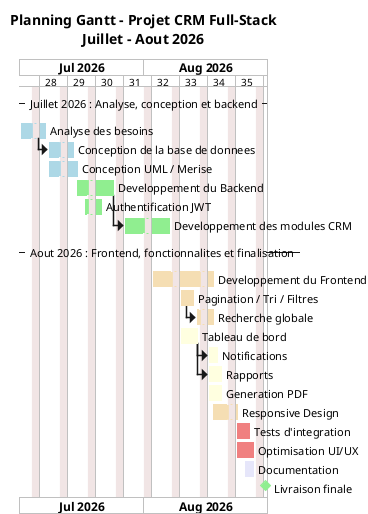
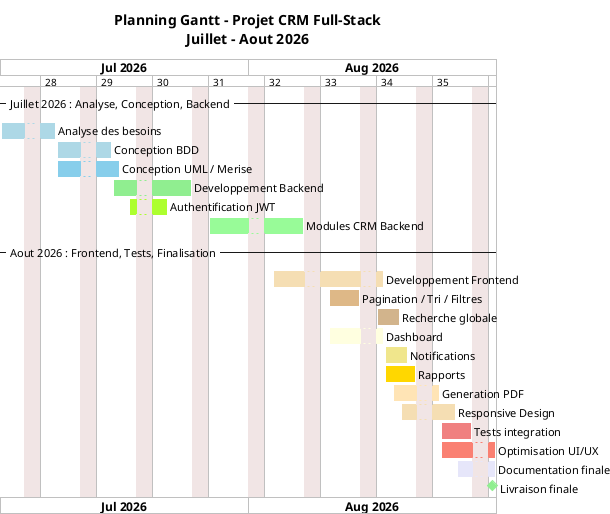
@startgantt
title Planning Gantt - Projet CRM Full-Stack\nJuillet - Aout 2026

Project starts 2026-07-01
saturday are closed
sunday are closed

- printscale weekly
+ printscale weekly zoom 2

- -- Juillet 2026 : Analyse, conception et backend --
+ -- Juillet 2026 : Analyse, Conception, Backend --
+ 
[Analyse des besoins] starts 2026-07-01
[Analyse des besoins] lasts 5 days
[Analyse des besoins] is colored in LightBlue

- [Conception de la base de donnees] starts at [Analyse des besoins]'s end
- [Conception de la base de donnees] lasts 5 days
- [Conception de la base de donnees] is colored in LightBlue
+ [Conception BDD] starts 2026-07-08
+ [Conception BDD] lasts 5 days
+ [Conception BDD] is colored in LightBlue

[Conception UML / Merise] starts 2026-07-08
[Conception UML / Merise] lasts 6 days
- [Conception UML / Merise] is colored in LightBlue
+ [Conception UML / Merise] is colored in SkyBlue

- [Developpement du Backend] starts 2026-07-15
- [Developpement du Backend] lasts 8 days
- [Developpement du Backend] is colored in LightGreen
+ [Developpement Backend] starts 2026-07-15
+ [Developpement Backend] lasts 8 days
+ [Developpement Backend] is colored in LightGreen

[Authentification JWT] starts 2026-07-17
[Authentification JWT] lasts 3 days
- [Authentification JWT] is colored in LightGreen
+ [Authentification JWT] is colored in GreenYellow

- [Developpement des modules CRM] starts at [Developpement du Backend]'s end
- [Developpement des modules CRM] lasts 10 days
- [Developpement des modules CRM] is colored in LightGreen
+ [Modules CRM Backend] starts 2026-07-25
+ [Modules CRM Backend] lasts 10 days
+ [Modules CRM Backend] is colored in PaleGreen

- -- Aout 2026 : Frontend, fonctionnalites et finalisation --
- [Developpement du Frontend] starts 2026-08-03
- [Developpement du Frontend] lasts 12 days
- [Developpement du Frontend] is colored in Wheat
+ -- Aout 2026 : Frontend, Tests, Finalisation --

- [Pagination / Tri / Filtres] starts 2026-08-10
+ [Developpement Frontend] starts 2026-08-04
+ [Developpement Frontend] lasts 10 days
+ [Developpement Frontend] is colored in Wheat
+ 
+ [Pagination / Tri / Filtres] starts 2026-08-11
[Pagination / Tri / Filtres] lasts 4 days
- [Pagination / Tri / Filtres] is colored in Wheat
+ [Pagination / Tri / Filtres] is colored in BurlyWood

- [Recherche globale] starts at [Pagination / Tri / Filtres]'s end
+ [Recherche globale] starts 2026-08-15
[Recherche globale] lasts 3 days
- [Recherche globale] is colored in Wheat
+ [Recherche globale] is colored in Tan

- [Tableau de bord] starts 2026-08-10
- [Tableau de bord] lasts 5 days
- [Tableau de bord] is colored in LightYellow
+ [Dashboard] starts 2026-08-11
+ [Dashboard] lasts 5 days
+ [Dashboard] is colored in LightYellow

- [Notifications] starts at [Tableau de bord]'s end
+ [Notifications] starts 2026-08-18
[Notifications] lasts 3 days
- [Notifications] is colored in LightYellow
+ [Notifications] is colored in Khaki

- [Rapports] starts at [Tableau de bord]'s end
+ [Rapports] starts 2026-08-18
[Rapports] lasts 4 days
- [Rapports] is colored in LightYellow
+ [Rapports] is colored in Gold

- [Generation PDF] starts 2026-08-17
+ [Generation PDF] starts 2026-08-19
[Generation PDF] lasts 4 days
- [Generation PDF] is colored in LightYellow
+ [Generation PDF] is colored in Moccasin

- [Responsive Design] starts 2026-08-18
+ [Responsive Design] starts 2026-08-20
[Responsive Design] lasts 5 days
[Responsive Design] is colored in Wheat

- [Tests d'integration] starts 2026-08-24
- [Tests d'integration] lasts 4 days
- [Tests d'integration] is colored in LightCoral
+ [Tests integration] starts 2026-08-25
+ [Tests integration] lasts 4 days
+ [Tests integration] is colored in LightCoral

- [Optimisation UI/UX] starts 2026-08-24
+ [Optimisation UI/UX] starts 2026-08-25
[Optimisation UI/UX] lasts 5 days
- [Optimisation UI/UX] is colored in LightCoral
+ [Optimisation UI/UX] is colored in Salmon

- [Documentation] starts 2026-08-26
- [Documentation] lasts 3 days
- [Documentation] is colored in Lavender
+ [Documentation finale] starts 2026-08-27
+ [Documentation finale] lasts 3 days
+ [Documentation finale] is colored in Lavender

[Livraison finale] happens 2026-08-31
[Livraison finale] is colored in LightGreen
- @endgantt
+ 
+ @endgantt